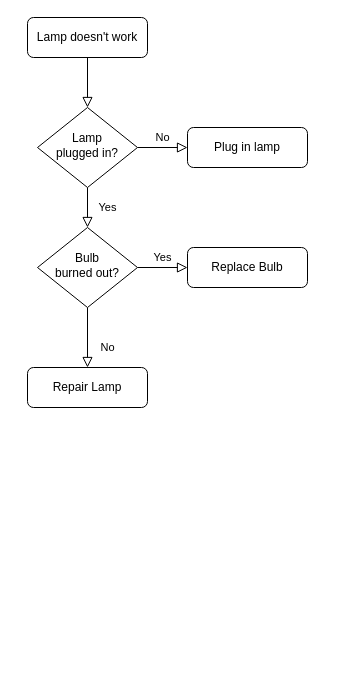
Before: Untitled Diagram.drawio in Nsphong1178/FinalProject1, a draw.io diagram. Source tidied: cells renumbered, new cells numbered last; positions are measured from the earlier drawing's top-left corner, leaving out a move shared by most shapes. Both pictures are drawn from the tidied source at 100%, with x=0, y=0 at pixel (27, 17).
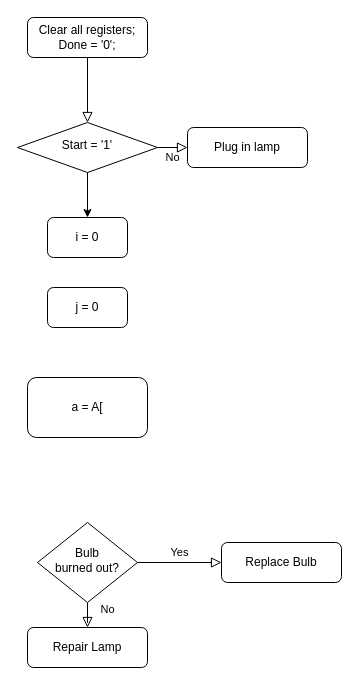
The same diagram, later.

The edit, as a diff of the source:
```diff
@@
 <mxGraphModel>
   <root>
     <mxCell id="0" />
     <mxCell id="1" parent="0" />
     <mxCell id="2" style="rounded=0;html=1;jettySize=auto;fontSize=11;endArrow=block;endFill=0;endSize=8;strokeWidth=1;shadow=0;labelBackgroundColor=none;edgeStyle=orthogonalEdgeStyle;" parent="1" edge="1" source="3" target="6">
       <mxGeometry relative="1" as="geometry" />
     </mxCell>
-    <mxCell id="3" value="Lamp doesn't work" style="rounded=1;whiteSpace=wrap;html=1;fontSize=12;glass=0;strokeWidth=1;shadow=0;" parent="1" vertex="1">
+    <mxCell id="3" value="Clear all registers;&lt;div&gt;Done = '0';&lt;/div&gt;" style="rounded=1;whiteSpace=wrap;html=1;fontSize=12;glass=0;strokeWidth=1;shadow=0;" parent="1" vertex="1">
       <mxGeometry width="120" height="40" as="geometry" />
     </mxCell>
-    <mxCell id="4" value="Yes" style="rounded=0;html=1;jettySize=auto;fontSize=11;endArrow=block;endFill=0;endSize=8;strokeWidth=1;shadow=0;labelBackgroundColor=none;edgeStyle=orthogonalEdgeStyle;" parent="1" edge="1" source="6" target="10">
-      <mxGeometry y="20" relative="1" as="geometry" />
-    </mxCell>
     <mxCell id="5" value="No" style="edgeStyle=orthogonalEdgeStyle;rounded=0;html=1;jettySize=auto;fontSize=11;endArrow=block;endFill=0;endSize=8;strokeWidth=1;shadow=0;labelBackgroundColor=none;" parent="1" edge="1" source="6" target="7">
       <mxGeometry y="10" relative="1" as="geometry" />
     </mxCell>
-    <mxCell id="6" value="Lamp&lt;br&gt;plugged in?" style="rhombus;whiteSpace=wrap;html=1;shadow=0;fontFamily=Helvetica;fontSize=12;align=center;strokeWidth=1;spacing=6;spacingTop=-4;" parent="1" vertex="1">
-      <mxGeometry x="10" y="90" width="100" height="80" as="geometry" />
+    <mxCell id="6" value="Start = '1'" style="rhombus;whiteSpace=wrap;html=1;shadow=0;fontFamily=Helvetica;fontSize=12;align=center;strokeWidth=1;spacing=6;spacingTop=-4;" parent="1" vertex="1">
+      <mxGeometry x="-10" y="105" width="140" height="50" as="geometry" />
     </mxCell>
     <mxCell id="7" value="Plug in lamp" style="rounded=1;whiteSpace=wrap;html=1;fontSize=12;glass=0;strokeWidth=1;shadow=0;" parent="1" vertex="1">
       <mxGeometry x="160" y="110" width="120" height="40" as="geometry" />
     </mxCell>
     <mxCell id="8" value="No" style="rounded=0;html=1;jettySize=auto;fontSize=11;endArrow=block;endFill=0;endSize=8;strokeWidth=1;shadow=0;labelBackgroundColor=none;edgeStyle=orthogonalEdgeStyle;" parent="1" edge="1" source="10" target="11">
       <mxGeometry x="0.33" y="20" relative="1" as="geometry" />
     </mxCell>
     <mxCell id="9" value="Yes" style="edgeStyle=orthogonalEdgeStyle;rounded=0;html=1;jettySize=auto;fontSize=11;endArrow=block;endFill=0;endSize=8;strokeWidth=1;shadow=0;labelBackgroundColor=none;" parent="1" edge="1" source="10" target="12">
       <mxGeometry y="10" relative="1" as="geometry" />
     </mxCell>
     <mxCell id="10" value="Bulb&lt;br&gt;burned out?" style="rhombus;whiteSpace=wrap;html=1;shadow=0;fontFamily=Helvetica;fontSize=12;align=center;strokeWidth=1;spacing=6;spacingTop=-4;" parent="1" vertex="1">
-      <mxGeometry x="10" y="210" width="100" height="80" as="geometry" />
+      <mxGeometry x="10" y="505" width="100" height="80" as="geometry" />
     </mxCell>
     <mxCell id="11" value="Repair Lamp" style="rounded=1;whiteSpace=wrap;html=1;fontSize=12;glass=0;strokeWidth=1;shadow=0;" parent="1" vertex="1">
-      <mxGeometry y="350" width="120" height="40" as="geometry" />
+      <mxGeometry y="610" width="120" height="40" as="geometry" />
     </mxCell>
     <mxCell id="12" value="Replace Bulb" style="rounded=1;whiteSpace=wrap;html=1;fontSize=12;glass=0;strokeWidth=1;shadow=0;" parent="1" vertex="1">
-      <mxGeometry x="160" y="230" width="120" height="40" as="geometry" />
+      <mxGeometry x="194" y="525" width="120" height="40" as="geometry" />
     </mxCell>
+    <mxCell id="13" value="i = 0" style="rounded=1;whiteSpace=wrap;html=1;" parent="1" vertex="1">
+      <mxGeometry x="20" y="200" width="80" height="40" as="geometry" />
+    </mxCell>
+    <mxCell id="14" value="j = 0" style="rounded=1;whiteSpace=wrap;html=1;" parent="1" vertex="1">
+      <mxGeometry x="20" y="270" width="80" height="40" as="geometry" />
+    </mxCell>
+    <mxCell id="15" style="endArrow=classic;html=1;rounded=0;exitX=0.5;exitY=1;exitDx=0;exitDy=0;entryX=0.5;entryY=0;entryDx=0;entryDy=0;" parent="1" edge="1" source="6" target="13">
+      <mxGeometry relative="1" as="geometry" />
+    </mxCell>
+    <mxCell id="16" value="a = A[" style="rounded=1;whiteSpace=wrap;html=1;" parent="1" vertex="1">
+      <mxGeometry y="360" width="120" height="60" as="geometry" />
+    </mxCell>
   </root>
 </mxGraphModel>
```
